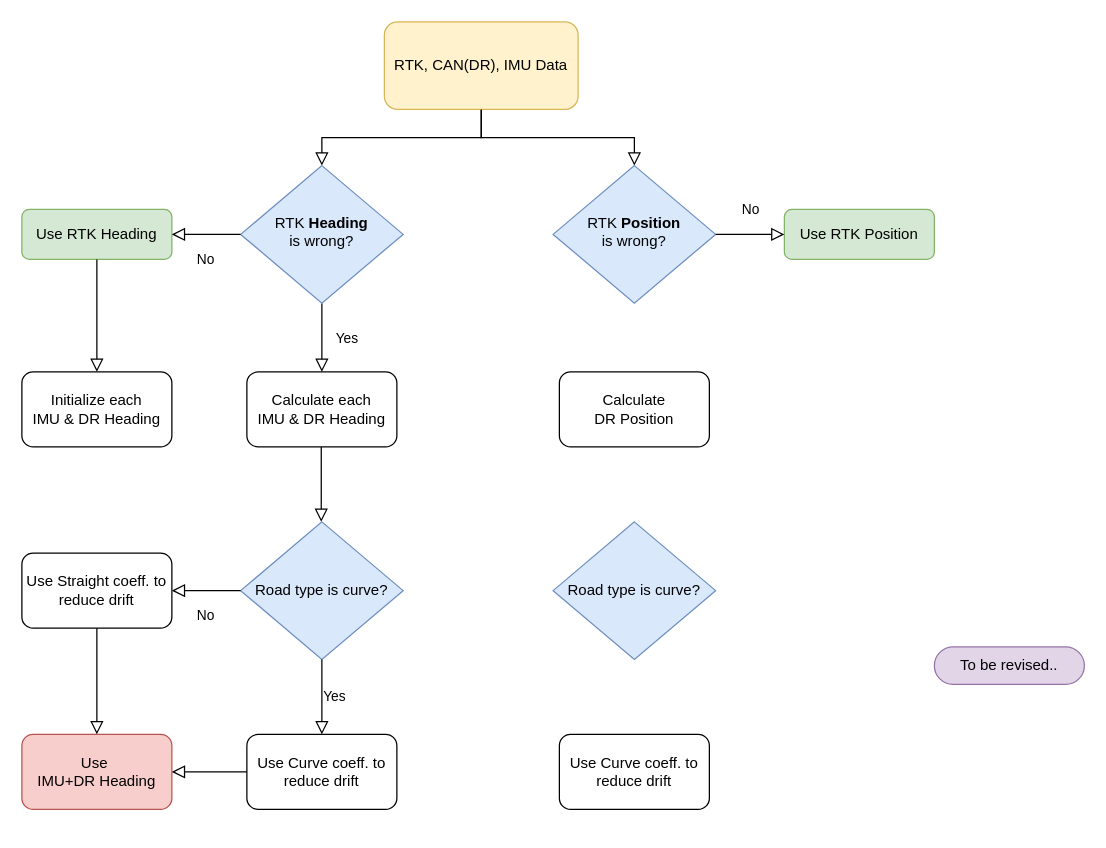
This is document/Localization_integration.drawio from inha-cvl/mobinha-racing, a draw.io file, before an edit. Source tidied: cells renumbered, new cells numbered last; positions are measured from the earlier drawing's top-left corner, leaving out a move shared by most shapes. Both pictures are drawn from the tidied source at 125%, with x=0, y=0 at pixel (21, 21).
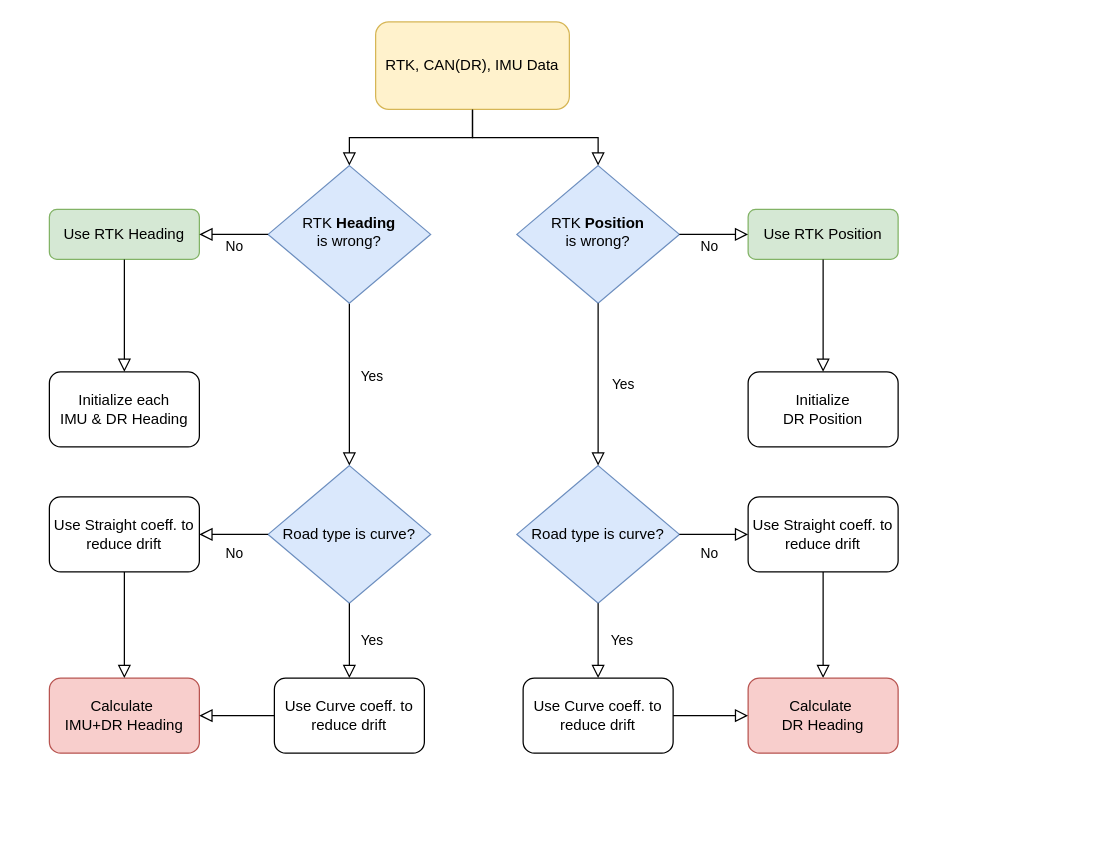
The same diagram, later.

What changed in the source:
```diff
@@
     <mxCell id="3" value="RTK, CAN(DR), IMU Data" style="rounded=1;whiteSpace=wrap;html=1;fontSize=12;glass=0;strokeWidth=1;shadow=0;fillColor=#fff2cc;strokeColor=#d6b656;" parent="1" vertex="1">
-      <mxGeometry x="290" width="155" height="70" as="geometry" />
+      <mxGeometry x="283" width="155" height="70" as="geometry" />
     </mxCell>
-    <mxCell id="4" value="Yes" style="rounded=0;html=1;jettySize=auto;fontSize=11;endArrow=block;endFill=0;endSize=8;strokeWidth=1;shadow=0;labelBackgroundColor=none;edgeStyle=orthogonalEdgeStyle;entryX=0.5;entryY=0;entryDx=0;entryDy=0;" parent="1" edge="1" source="5" target="9">
-      <mxGeometry y="20" relative="1" as="geometry" />
+    <mxCell id="4" value="Yes" style="rounded=0;html=1;jettySize=auto;fontSize=11;endArrow=block;endFill=0;endSize=8;strokeWidth=1;shadow=0;labelBackgroundColor=none;edgeStyle=orthogonalEdgeStyle;entryX=0.5;entryY=0;entryDx=0;entryDy=0;" parent="1" edge="1" source="5" target="10">
+      <mxGeometry x="-0.09" y="18" relative="1" as="geometry" />
     </mxCell>
     <mxCell id="5" value="RTK &lt;b&gt;Heading&lt;/b&gt;&lt;div&gt;is wrong?&lt;/div&gt;" style="rhombus;whiteSpace=wrap;html=1;shadow=0;fontFamily=Helvetica;fontSize=12;align=center;strokeWidth=1;spacing=6;spacingTop=-4;fillColor=#dae8fc;strokeColor=#6c8ebf;" parent="1" vertex="1">
-      <mxGeometry x="175" y="115" width="130" height="110" as="geometry" />
+      <mxGeometry x="197" y="115" width="130" height="110" as="geometry" />
     </mxCell>
     <mxCell id="6" value="Use RTK Heading" style="rounded=1;whiteSpace=wrap;html=1;fontSize=12;glass=0;strokeWidth=1;shadow=0;fillColor=#d5e8d4;strokeColor=#82b366;" parent="1" vertex="1">
-      <mxGeometry y="150" width="120" height="40" as="geometry" />
+      <mxGeometry x="22" y="150" width="120" height="40" as="geometry" />
     </mxCell>
-    <mxCell id="7" style="rounded=0;html=1;jettySize=auto;orthogonalLoop=1;fontSize=11;endArrow=block;endFill=0;endSize=8;strokeWidth=1;shadow=0;labelBackgroundColor=none;edgeStyle=orthogonalEdgeStyle;" parent="1" edge="1">
-      <mxGeometry x="0.33" y="20" relative="1" as="geometry">
-        <mxPoint x="239.5" y="340" as="sourcePoint" />
-        <mxPoint x="239.5" y="400" as="targetPoint" />
-      </mxGeometry>
-    </mxCell>
     <mxCell id="8" value="Initialize each&lt;div&gt;IMU &amp;amp; DR Heading&lt;/div&gt;" style="rounded=1;whiteSpace=wrap;html=1;" parent="1" vertex="1">
-      <mxGeometry y="280" width="120" height="60" as="geometry" />
+      <mxGeometry x="22" y="280" width="120" height="60" as="geometry" />
     </mxCell>
-    <mxCell id="9" value="&lt;div&gt;Calculate each&lt;/div&gt;&lt;div&gt;IMU &amp;amp; DR Heading&lt;/div&gt;" style="rounded=1;whiteSpace=wrap;html=1;" parent="1" vertex="1">
-      <mxGeometry x="180" y="280" width="120" height="60" as="geometry" />
-    </mxCell>
     <mxCell id="10" value="Road type is curve?" style="rhombus;whiteSpace=wrap;html=1;fillColor=#dae8fc;strokeColor=#6c8ebf;" parent="1" vertex="1">
-      <mxGeometry x="175" y="400" width="130" height="110" as="geometry" />
+      <mxGeometry x="197" y="355" width="130" height="110" as="geometry" />
     </mxCell>
     <mxCell id="11" value="Yes" style="edgeStyle=orthogonalEdgeStyle;rounded=0;html=1;jettySize=auto;fontSize=11;endArrow=block;endFill=0;endSize=8;strokeWidth=1;shadow=0;labelBackgroundColor=none;exitX=0.5;exitY=1;exitDx=0;exitDy=0;entryX=0.5;entryY=0;entryDx=0;entryDy=0;" parent="1" edge="1" source="10" target="13">
-      <mxGeometry y="10" relative="1" as="geometry" />
+      <mxGeometry y="18" relative="1" as="geometry" />
     </mxCell>
     <mxCell id="12" value="Use Straight coeff. to reduce drift" style="rounded=1;whiteSpace=wrap;html=1;" parent="1" vertex="1">
-      <mxGeometry y="425" width="120" height="60" as="geometry" />
+      <mxGeometry x="22" y="380" width="120" height="60" as="geometry" />
     </mxCell>
     <mxCell id="13" value="&lt;div&gt;&lt;br&gt;&lt;/div&gt;&lt;div&gt;&lt;br&gt;&lt;/div&gt;Use Curve coeff. to reduce drift&lt;div&gt;&lt;span style=&quot;color: rgba(0, 0, 0, 0); font-family: monospace; font-size: 0px; text-align: start; text-wrap: nowrap;&quot;&gt;t%3CmxGraphModel%3E%3Croot%3E%3CmxCell%20id%3D%220%22%2F%3E%3CmxCell%20id%3D%221%22%20parent%3D%220%22%2F%3E%3CmxCell%20id%3D%222%22%20value%3D%22Yes%22%20style%3D%22edgeStyle%3DorthogonalEdgeStyle%3Brounded%3D0%3Bhtml%3D1%3BjettySize%3Dauto%3BorthogonalLoop%3D1%3BfontSize%3D11%3BendArrow%3Dblock%3BendFill%3D0%3BendSize%3D8%3BstrokeWidth%3D1%3Bshadow%3D0%3BlabelBackgroundColor%3Dnone%3B%22%20edge%3D%221%22%20parent%3D%221%22%3E%3CmxGeometry%20y%3D%2210%22%20relative%3D%221%22%20as%3D%22geometry%22%3E%3CmxPoint%20as%3D%22offset%22%2F%3E%3CmxPoint%20x%3D%22265%22%20y%3D%22474.5%22%20as%3D%22sourcePoint%22%2F%3E%3CmxPoint%20x%3D%22320%22%20y%3D%22474.5%22%20as%3D%22targetPoint%22%2F%3E%3CArray%20as%3D%22points%22%3E%3CmxPoint%20x%3D%22305%22%20y%3D%22474.5%22%2F%3E%3CmxPoint%20x%3D%22305%22%20y%3D%22474.5%22%2F%3E%3C%2FArray%3E%3C%2FmxGeometry%3E%3C%2FmxCell%3E%3C%2Froot%3E%3C%2FmxGraphModel%3E&lt;/span&gt;&lt;div&gt;&lt;span style=&quot;color: rgba(0, 0, 0, 0); font-family: monospace; font-size: 0px; text-align: start; text-wrap: nowrap;&quot;&gt;\toto&lt;/span&gt;&lt;/div&gt;&lt;/div&gt;" style="rounded=1;whiteSpace=wrap;html=1;" parent="1" vertex="1">
-      <mxGeometry x="180" y="570" width="120" height="60" as="geometry" />
+      <mxGeometry x="202" y="525" width="120" height="60" as="geometry" />
     </mxCell>
-    <mxCell id="14" value="&lt;div&gt;Use&amp;nbsp;&lt;/div&gt;&lt;div&gt;IMU+DR Heading&lt;/div&gt;" style="rounded=1;whiteSpace=wrap;html=1;fillColor=#f8cecc;strokeColor=#b85450;" parent="1" vertex="1">
-      <mxGeometry y="570" width="120" height="60" as="geometry" />
+    <mxCell id="14" value="&lt;div&gt;Calculate&amp;nbsp;&lt;/div&gt;&lt;div&gt;IMU+DR Heading&lt;/div&gt;" style="rounded=1;whiteSpace=wrap;html=1;fillColor=#f8cecc;strokeColor=#b85450;" parent="1" vertex="1">
+      <mxGeometry x="22" y="525" width="120" height="60" as="geometry" />
     </mxCell>
-    <mxCell id="15" value="To be revised.." style="whiteSpace=wrap;html=1;rounded=1;arcSize=50;align=center;verticalAlign=middle;strokeWidth=1;spacing=4;newEdgeStyle={&quot;edgeStyle&quot;:&quot;entityRelationEdgeStyle&quot;,&quot;startArrow&quot;:&quot;none&quot;,&quot;endArrow&quot;:&quot;none&quot;,&quot;segment&quot;:10,&quot;curved&quot;:1,&quot;sourcePerimeterSpacing&quot;:0,&quot;targetPerimeterSpacing&quot;:0};fillColor=#e1d5e7;strokeColor=#9673a6;" parent="1" vertex="1">
-      <mxGeometry x="730" y="500" width="120" height="30" as="geometry" />
-    </mxCell>
@@
     <mxCell id="17" value="RTK &lt;b&gt;Position&lt;/b&gt;&lt;div&gt;is wrong?&lt;/div&gt;" style="rhombus;whiteSpace=wrap;html=1;shadow=0;fontFamily=Helvetica;fontSize=12;align=center;strokeWidth=1;spacing=6;spacingTop=-4;fillColor=#dae8fc;strokeColor=#6c8ebf;" parent="1" vertex="1">
-      <mxGeometry x="425" y="115" width="130" height="110" as="geometry" />
+      <mxGeometry x="396" y="115" width="130" height="110" as="geometry" />
     </mxCell>
-    <mxCell id="18" value="&lt;div&gt;Calculate&lt;/div&gt;&lt;div&gt;DR Position&lt;/div&gt;" style="rounded=1;whiteSpace=wrap;html=1;" parent="1" vertex="1">
-      <mxGeometry x="430" y="280" width="120" height="60" as="geometry" />
-    </mxCell>
     <mxCell id="19" value="Road type is curve?" style="rhombus;whiteSpace=wrap;html=1;fillColor=#dae8fc;strokeColor=#6c8ebf;" parent="1" vertex="1">
-      <mxGeometry x="425" y="400" width="130" height="110" as="geometry" />
+      <mxGeometry x="396" y="355" width="130" height="110" as="geometry" />
     </mxCell>
     <mxCell id="20" value="&lt;div&gt;&lt;br&gt;&lt;/div&gt;&lt;div&gt;&lt;br&gt;&lt;/div&gt;Use Curve coeff. to reduce drift&lt;div&gt;&lt;span style=&quot;color: rgba(0, 0, 0, 0); font-family: monospace; font-size: 0px; text-align: start; text-wrap: nowrap;&quot;&gt;t%3CmxGraphModel%3E%3Croot%3E%3CmxCell%20id%3D%220%22%2F%3E%3CmxCell%20id%3D%221%22%20parent%3D%220%22%2F%3E%3CmxCell%20id%3D%222%22%20value%3D%22Yes%22%20style%3D%22edgeStyle%3DorthogonalEdgeStyle%3Brounded%3D0%3Bhtml%3D1%3BjettySize%3Dauto%3BorthogonalLoop%3D1%3BfontSize%3D11%3BendArrow%3Dblock%3BendFill%3D0%3BendSize%3D8%3BstrokeWidth%3D1%3Bshadow%3D0%3BlabelBackgroundColor%3Dnone%3B%22%20edge%3D%221%22%20parent%3D%221%22%3E%3CmxGeometry%20y%3D%2210%22%20relative%3D%221%22%20as%3D%22geometry%22%3E%3CmxPoint%20as%3D%22offset%22%2F%3E%3CmxPoint%20x%3D%22265%22%20y%3D%22474.5%22%20as%3D%22sourcePoint%22%2F%3E%3CmxPoint%20x%3D%22320%22%20y%3D%22474.5%22%20as%3D%22targetPoint%22%2F%3E%3CArray%20as%3D%22points%22%3E%3CmxPoint%20x%3D%22305%22%20y%3D%22474.5%22%2F%3E%3CmxPoint%20x%3D%22305%22%20y%3D%22474.5%22%2F%3E%3C%2FArray%3E%3C%2FmxGeometry%3E%3C%2FmxCell%3E%3C%2Froot%3E%3C%2FmxGraphModel%3E&lt;/span&gt;&lt;div&gt;&lt;span style=&quot;color: rgba(0, 0, 0, 0); font-family: monospace; font-size: 0px; text-align: start; text-wrap: nowrap;&quot;&gt;\toto&lt;/span&gt;&lt;/div&gt;&lt;/div&gt;" style="rounded=1;whiteSpace=wrap;html=1;" parent="1" vertex="1">
-      <mxGeometry x="430" y="570" width="120" height="60" as="geometry" />
+      <mxGeometry x="401" y="525" width="120" height="60" as="geometry" />
     </mxCell>
     <mxCell id="21" value="No" style="rounded=0;html=1;jettySize=auto;fontSize=11;endArrow=block;endFill=0;endSize=8;strokeWidth=1;shadow=0;labelBackgroundColor=none;edgeStyle=orthogonalEdgeStyle;entryX=1;entryY=0.5;entryDx=0;entryDy=0;exitX=0;exitY=0.5;exitDx=0;exitDy=0;" parent="1" edge="1" source="5" target="6">
-      <mxGeometry y="20" relative="1" as="geometry" />
+      <mxGeometry x="-0.02" y="10" relative="1" as="geometry" />
     </mxCell>
     <mxCell id="22" value="Use RTK Position" style="rounded=1;whiteSpace=wrap;html=1;fontSize=12;glass=0;strokeWidth=1;shadow=0;fillColor=#d5e8d4;strokeColor=#82b366;" parent="1" vertex="1">
-      <mxGeometry x="610" y="150" width="120" height="40" as="geometry" />
+      <mxGeometry x="581" y="150" width="120" height="40" as="geometry" />
     </mxCell>
     <mxCell id="23" value="No" style="rounded=0;html=1;jettySize=auto;fontSize=11;endArrow=block;endFill=0;endSize=8;strokeWidth=1;shadow=0;labelBackgroundColor=none;edgeStyle=orthogonalEdgeStyle;entryX=0;entryY=0.5;entryDx=0;entryDy=0;exitX=1;exitY=0.5;exitDx=0;exitDy=0;" parent="1" edge="1" source="17" target="22">
-      <mxGeometry y="20" relative="1" as="geometry" />
+      <mxGeometry x="-0.13" y="-10" relative="1" as="geometry" />
     </mxCell>
@@
     <mxCell id="25" value="No" style="rounded=0;html=1;jettySize=auto;fontSize=11;endArrow=block;endFill=0;endSize=8;strokeWidth=1;shadow=0;labelBackgroundColor=none;edgeStyle=orthogonalEdgeStyle;entryX=1;entryY=0.5;entryDx=0;entryDy=0;exitX=0;exitY=0.5;exitDx=0;exitDy=0;" parent="1" edge="1" source="10" target="12">
-      <mxGeometry y="20" relative="1" as="geometry" />
+      <mxGeometry x="-0.02" y="15" relative="1" as="geometry" />
     </mxCell>
@@
+    <mxCell id="28" value="Yes" style="rounded=0;html=1;jettySize=auto;fontSize=11;endArrow=block;endFill=0;endSize=8;strokeWidth=1;shadow=0;labelBackgroundColor=none;edgeStyle=orthogonalEdgeStyle;entryX=0.5;entryY=0;entryDx=0;entryDy=0;exitX=0.5;exitY=1;exitDx=0;exitDy=0;" parent="1" edge="1" source="17" target="19">
+      <mxGeometry y="20" relative="1" as="geometry" />
+    </mxCell>
+    <mxCell id="29" value="Use Straight coeff. to reduce drift" style="rounded=1;whiteSpace=wrap;html=1;" parent="1" vertex="1">
+      <mxGeometry x="581" y="380" width="120" height="60" as="geometry" />
+    </mxCell>
+    <mxCell id="30" value="Initialize&lt;div&gt;&lt;span style=&quot;background-color: initial;&quot;&gt;DR Position&lt;/span&gt;&lt;/div&gt;" style="rounded=1;whiteSpace=wrap;html=1;" parent="1" vertex="1">
+      <mxGeometry x="581" y="280" width="120" height="60" as="geometry" />
+    </mxCell>
+    <mxCell id="31" style="rounded=0;html=1;jettySize=auto;fontSize=11;endArrow=block;endFill=0;endSize=8;strokeWidth=1;shadow=0;labelBackgroundColor=none;edgeStyle=orthogonalEdgeStyle;entryX=0.5;entryY=0;entryDx=0;entryDy=0;exitX=0.5;exitY=1;exitDx=0;exitDy=0;" parent="1" edge="1" source="22" target="30">
+      <mxGeometry y="20" relative="1" as="geometry" />
+    </mxCell>
+    <mxCell id="32" value="Yes" style="edgeStyle=orthogonalEdgeStyle;rounded=0;html=1;jettySize=auto;fontSize=11;endArrow=block;endFill=0;endSize=8;strokeWidth=1;shadow=0;labelBackgroundColor=none;exitX=0.5;exitY=1;exitDx=0;exitDy=0;entryX=0.5;entryY=0;entryDx=0;entryDy=0;" parent="1" edge="1" source="19" target="20">
+      <mxGeometry y="19" relative="1" as="geometry" />
+    </mxCell>
+    <mxCell id="33" value="No" style="rounded=0;html=1;jettySize=auto;fontSize=11;endArrow=block;endFill=0;endSize=8;strokeWidth=1;shadow=0;labelBackgroundColor=none;edgeStyle=orthogonalEdgeStyle;entryX=0;entryY=0.5;entryDx=0;entryDy=0;exitX=1;exitY=0.5;exitDx=0;exitDy=0;" parent="1" edge="1" source="19" target="29">
+      <mxGeometry x="-0.13" y="-15" relative="1" as="geometry" />
+    </mxCell>
+    <mxCell id="34" style="rounded=0;html=1;jettySize=auto;fontSize=11;endArrow=block;endFill=0;endSize=8;strokeWidth=1;shadow=0;labelBackgroundColor=none;edgeStyle=orthogonalEdgeStyle;exitX=0.5;exitY=1;exitDx=0;exitDy=0;" parent="1" edge="1" source="29">
+      <mxGeometry y="20" relative="1" as="geometry">
+        <mxPoint x="641" y="525" as="targetPoint" />
+      </mxGeometry>
+    </mxCell>
+    <mxCell id="35" value="&lt;div&gt;Calculate&amp;nbsp;&lt;/div&gt;&lt;div&gt;DR Heading&lt;/div&gt;" style="rounded=1;whiteSpace=wrap;html=1;fillColor=#f8cecc;strokeColor=#b85450;" parent="1" vertex="1">
+      <mxGeometry x="581" y="525" width="120" height="60" as="geometry" />
+    </mxCell>
+    <mxCell id="36" style="rounded=0;html=1;jettySize=auto;fontSize=11;endArrow=block;endFill=0;endSize=8;strokeWidth=1;shadow=0;labelBackgroundColor=none;edgeStyle=orthogonalEdgeStyle;entryX=0;entryY=0.5;entryDx=0;entryDy=0;exitX=1;exitY=0.5;exitDx=0;exitDy=0;" parent="1" edge="1" source="20" target="35">
+      <mxGeometry y="20" relative="1" as="geometry" />
+    </mxCell>
```
